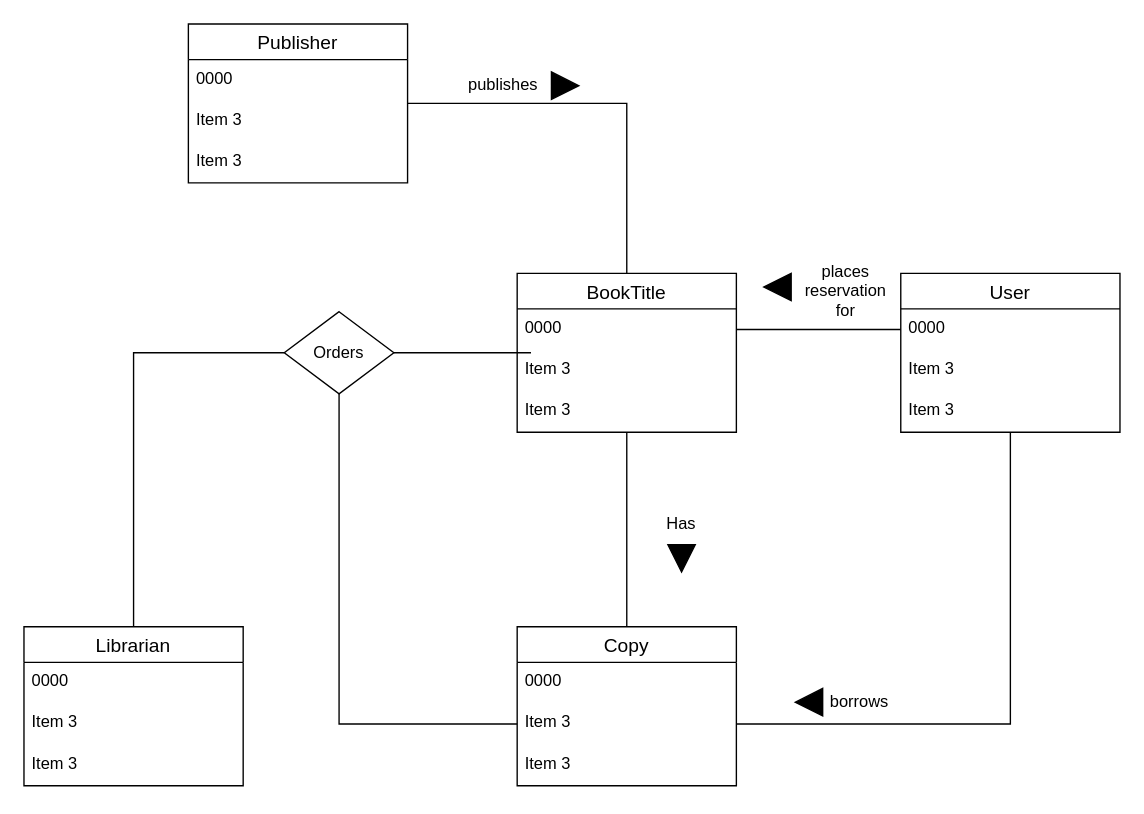
Above: page "ModelAnswer" (2 of 2) of Tutorial 2/Tutorial2_Exercise3.drawio in ChitharaKarunasekera/DatabaseSystemsTutorials (draw.io), before the change. Source tidied: cells renumbered, new cells numbered last; positions are measured from the earlier drawing's top-left corner, leaving out a move shared by most shapes. Both pictures are drawn from the tidied source at 137%, with x=0, y=0 at pixel (23, 23).
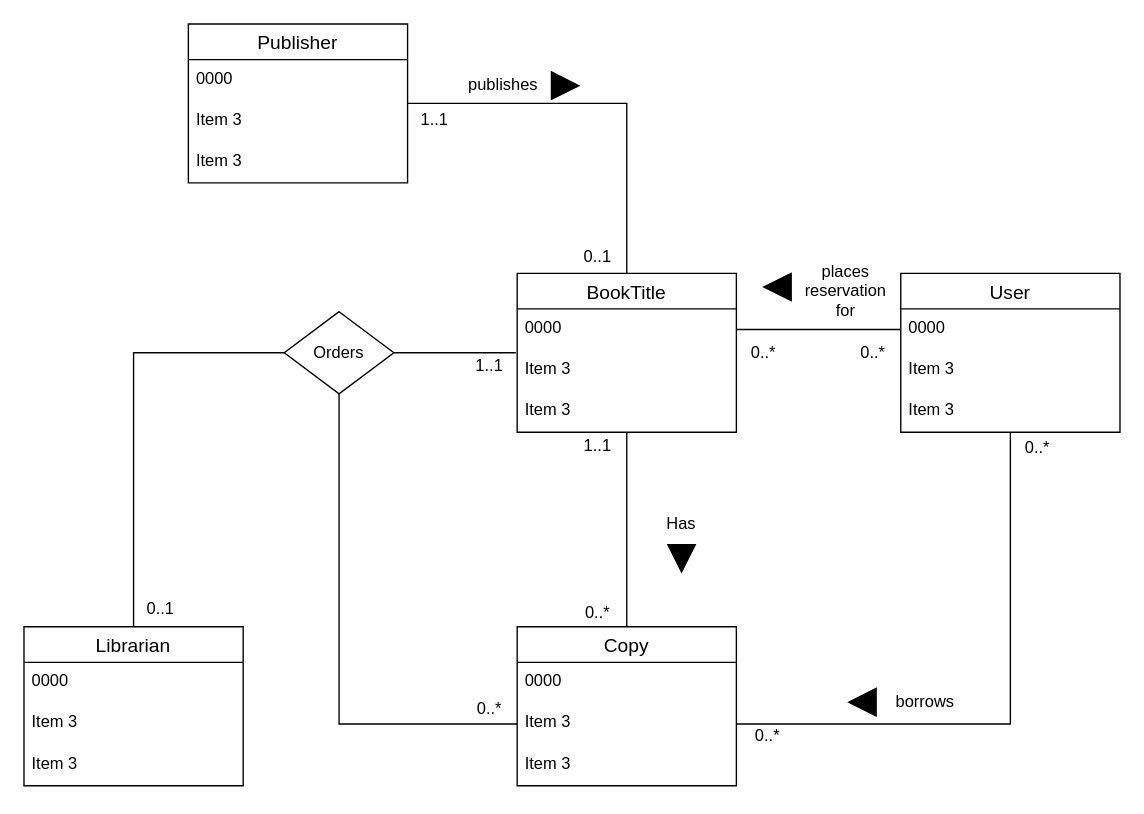
Above is the later version.

Unchanged cells that the change refers to:
```xml
<mxCell id="8" value="0000" style="text;strokeColor=none;fillColor=none;spacingLeft=4;spacingRight=4;overflow=hidden;points=[[0,0.5],[1,0.5]];portConstraint=eastwest;fontSize=12;" parent="7" vertex="1">
  <mxGeometry y="26" width="160" height="30" as="geometry" />
</mxCell>
<mxCell id="9" value="Item 3" style="text;strokeColor=none;fillColor=none;spacingLeft=4;spacingRight=4;overflow=hidden;points=[[0,0.5],[1,0.5]];portConstraint=eastwest;fontSize=12;" parent="7" vertex="1">
  <mxGeometry y="56" width="160" height="30" as="geometry" />
</mxCell>
<mxCell id="29" value="Orders" style="rhombus;whiteSpace=wrap;html=1;" parent="1" vertex="1">
  <mxGeometry x="190" y="210" width="80" height="60" as="geometry" />
</mxCell>
```

The edit, as a diff of the source:
```diff
@@
-    <mxCell id="26" style="edgeStyle=orthogonalEdgeStyle;rounded=0;jettySize=auto;html=1;entryX=0.063;entryY=0.067;entryDx=0;entryDy=0;entryPerimeter=0;endArrow=none;endFill=0;" parent="1" edge="1" source="29" target="9">
-      <mxGeometry relative="1" as="geometry" />
-    </mxCell>
@@
+    <mxCell id="38" style="edgeStyle=orthogonalEdgeStyle;rounded=0;jettySize=auto;html=1;entryX=-0.006;entryY=1.067;entryDx=0;entryDy=0;entryPerimeter=0;endArrow=none;endFill=0;" parent="1" edge="1" source="29" target="8">
+      <mxGeometry relative="1" as="geometry" />
+    </mxCell>
@@
     <mxCell id="36" value="borrows" style="text;html=1;strokeColor=none;fillColor=none;align=center;verticalAlign=middle;whiteSpace=wrap;rounded=0;" parent="1" vertex="1">
-      <mxGeometry x="580" y="480" width="60" height="30" as="geometry" />
+      <mxGeometry x="628" y="480" width="60" height="30" as="geometry" />
     </mxCell>
     <mxCell id="37" style="triangle;whiteSpace=wrap;html=1;fillColor=#000000;direction=west;" parent="1" vertex="1">
-      <mxGeometry x="563" y="485" width="20" height="20" as="geometry" />
+      <mxGeometry x="602" y="485" width="20" height="20" as="geometry" />
     </mxCell>
+    <mxCell id="39" value="1..1" style="text;html=1;strokeColor=none;fillColor=none;align=center;verticalAlign=middle;whiteSpace=wrap;rounded=0;" parent="1" vertex="1">
+      <mxGeometry x="280" y="60" width="40" height="20" as="geometry" />
+    </mxCell>
+    <mxCell id="40" value="0..1" style="text;html=1;strokeColor=none;fillColor=none;align=center;verticalAlign=middle;whiteSpace=wrap;rounded=0;" parent="1" vertex="1">
+      <mxGeometry x="399" y="160" width="40" height="20" as="geometry" />
+    </mxCell>
+    <mxCell id="41" value="1..1" style="text;html=1;strokeColor=none;fillColor=none;align=center;verticalAlign=middle;whiteSpace=wrap;rounded=0;" parent="1" vertex="1">
+      <mxGeometry x="320" y="240" width="40" height="20" as="geometry" />
+    </mxCell>
+    <mxCell id="42" value="1..1" style="text;html=1;strokeColor=none;fillColor=none;align=center;verticalAlign=middle;whiteSpace=wrap;rounded=0;" parent="1" vertex="1">
+      <mxGeometry x="399" y="298" width="40" height="20" as="geometry" />
+    </mxCell>
+    <mxCell id="43" value="0..*" style="text;html=1;strokeColor=none;fillColor=none;align=center;verticalAlign=middle;whiteSpace=wrap;rounded=0;" parent="1" vertex="1">
+      <mxGeometry x="320" y="490" width="40" height="20" as="geometry" />
+    </mxCell>
+    <mxCell id="44" value="0..*" style="text;html=1;strokeColor=none;fillColor=none;align=center;verticalAlign=middle;whiteSpace=wrap;rounded=0;" parent="1" vertex="1">
+      <mxGeometry x="399" y="420" width="40" height="20" as="geometry" />
+    </mxCell>
+    <mxCell id="45" value="0..1" style="text;html=1;strokeColor=none;fillColor=none;align=center;verticalAlign=middle;whiteSpace=wrap;rounded=0;" parent="1" vertex="1">
+      <mxGeometry x="80" y="417" width="40" height="20" as="geometry" />
+    </mxCell>
+    <mxCell id="46" value="0..*" style="text;html=1;strokeColor=none;fillColor=none;align=center;verticalAlign=middle;whiteSpace=wrap;rounded=0;" parent="1" vertex="1">
+      <mxGeometry x="520" y="230" width="40" height="20" as="geometry" />
+    </mxCell>
+    <mxCell id="47" value="0..*" style="text;html=1;strokeColor=none;fillColor=none;align=center;verticalAlign=middle;whiteSpace=wrap;rounded=0;" parent="1" vertex="1">
+      <mxGeometry x="600" y="230" width="40" height="20" as="geometry" />
+    </mxCell>
+    <mxCell id="48" value="0..*" style="text;html=1;strokeColor=none;fillColor=none;align=center;verticalAlign=middle;whiteSpace=wrap;rounded=0;" parent="1" vertex="1">
+      <mxGeometry x="720" y="300" width="40" height="20" as="geometry" />
+    </mxCell>
+    <mxCell id="49" value="0..*" style="text;html=1;strokeColor=none;fillColor=none;align=center;verticalAlign=middle;whiteSpace=wrap;rounded=0;" parent="1" vertex="1">
+      <mxGeometry x="523" y="510" width="40" height="20" as="geometry" />
+    </mxCell>
```
